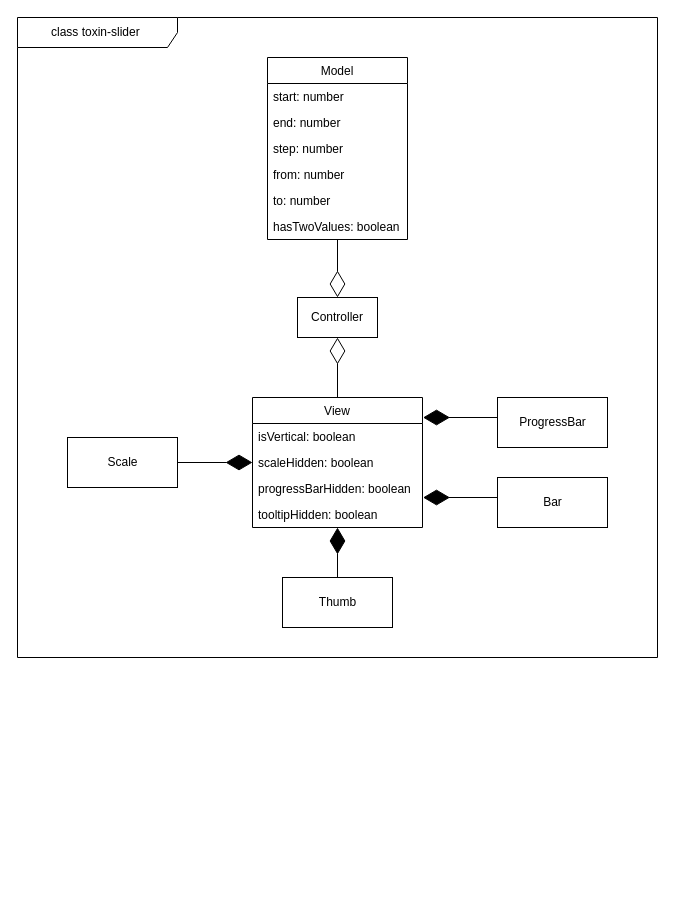
Above: toxin-slider.drawio in NikolayKaurov/toxin-slider (draw.io), before the change. Source tidied: cells renumbered, new cells numbered last; positions are measured from the earlier drawing's top-left corner, leaving out a move shared by most shapes. Both pictures are drawn from the tidied source at 100%, with x=0, y=0 at pixel (17, 17).
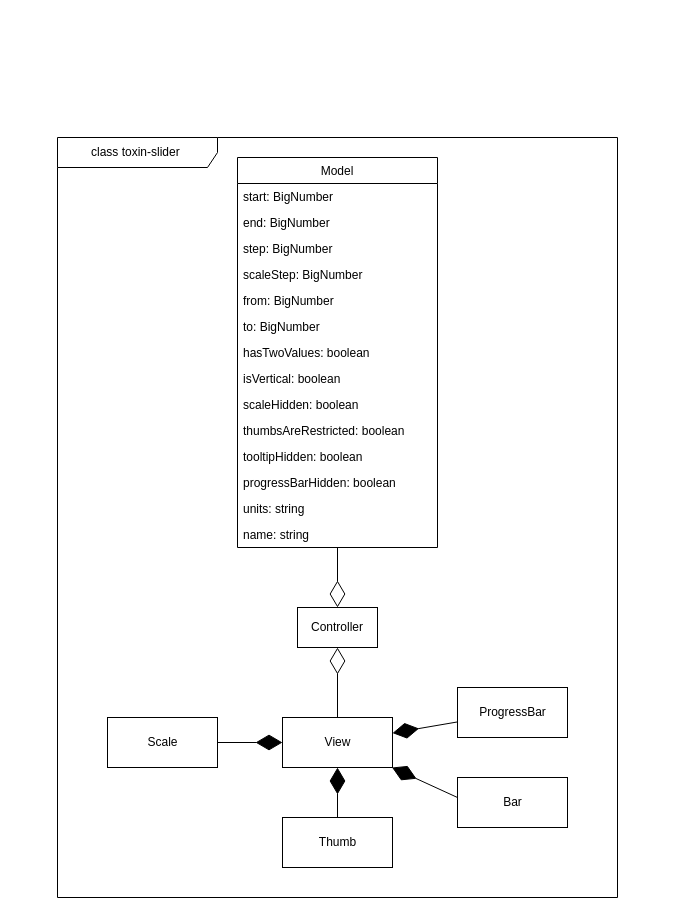
The same page after the edit.

The edit, as a diff of the source:
```diff
@@
     <mxCell id="2" value="Controller" style="rounded=0;whiteSpace=wrap;html=1;" parent="1" vertex="1">
-      <mxGeometry x="280" y="280" width="80" height="40" as="geometry" />
+      <mxGeometry x="280" y="590" width="80" height="40" as="geometry" />
     </mxCell>
     <mxCell id="3" value="Model" style="swimlane;fontStyle=0;horizontal=1;startSize=26;fillColor=none;" parent="1" vertex="1">
-      <mxGeometry x="250" y="40" width="140" height="182" as="geometry" />
+      <mxGeometry x="220" y="140" width="200" height="390" as="geometry" />
     </mxCell>
-    <mxCell id="4" value="start: number" style="text;strokeColor=none;fillColor=none;align=left;verticalAlign=top;spacingLeft=4;spacingRight=4;overflow=hidden;" parent="3" vertex="1">
-      <mxGeometry y="26" width="140" height="26" as="geometry" />
+    <mxCell id="4" value="start: BigNumber" style="text;strokeColor=none;fillColor=none;align=left;verticalAlign=top;spacingLeft=4;spacingRight=4;overflow=hidden;" parent="3" vertex="1">
+      <mxGeometry y="26" width="200" height="26" as="geometry" />
     </mxCell>
-    <mxCell id="5" value="end: number" style="text;strokeColor=none;fillColor=none;align=left;verticalAlign=top;spacingLeft=4;spacingRight=4;overflow=hidden;" parent="3" vertex="1">
-      <mxGeometry y="52" width="140" height="26" as="geometry" />
+    <mxCell id="5" value="end: BigNumber" style="text;strokeColor=none;fillColor=none;align=left;verticalAlign=top;spacingLeft=4;spacingRight=4;overflow=hidden;" parent="3" vertex="1">
+      <mxGeometry y="52" width="200" height="26" as="geometry" />
     </mxCell>
-    <mxCell id="6" value="step: number" style="text;strokeColor=none;fillColor=none;align=left;verticalAlign=top;spacingLeft=4;spacingRight=4;overflow=hidden;" parent="3" vertex="1">
-      <mxGeometry y="78" width="140" height="26" as="geometry" />
+    <mxCell id="6" value="step: BigNumber" style="text;strokeColor=none;fillColor=none;align=left;verticalAlign=top;spacingLeft=4;spacingRight=4;overflow=hidden;" parent="3" vertex="1">
+      <mxGeometry y="78" width="200" height="26" as="geometry" />
     </mxCell>
+    <mxCell id="26" value="scaleStep: BigNumber" style="text;strokeColor=none;fillColor=none;align=left;verticalAlign=top;spacingLeft=4;spacingRight=4;overflow=hidden;" parent="3" vertex="1">
+      <mxGeometry y="104" width="200" height="26" as="geometry" />
+    </mxCell>
-    <mxCell id="7" value="from: number" style="text;strokeColor=none;fillColor=none;align=left;verticalAlign=top;spacingLeft=4;spacingRight=4;overflow=hidden;" parent="3" vertex="1">
-      <mxGeometry y="104" width="140" height="26" as="geometry" />
+    <mxCell id="7" value="from: BigNumber" style="text;strokeColor=none;fillColor=none;align=left;verticalAlign=top;spacingLeft=4;spacingRight=4;overflow=hidden;" parent="3" vertex="1">
+      <mxGeometry y="130" width="200" height="26" as="geometry" />
     </mxCell>
-    <mxCell id="8" value="to: number" style="text;strokeColor=none;fillColor=none;align=left;verticalAlign=top;spacingLeft=4;spacingRight=4;overflow=hidden;" parent="3" vertex="1">
-      <mxGeometry y="130" width="140" height="26" as="geometry" />
+    <mxCell id="8" value="to: BigNumber" style="text;strokeColor=none;fillColor=none;align=left;verticalAlign=top;spacingLeft=4;spacingRight=4;overflow=hidden;" parent="3" vertex="1">
+      <mxGeometry y="156" width="200" height="26" as="geometry" />
     </mxCell>
     <mxCell id="9" value="hasTwoValues: boolean" style="text;strokeColor=none;fillColor=none;align=left;verticalAlign=top;spacingLeft=4;spacingRight=4;overflow=hidden;points=[[0,0.5],[1,0.5]];portConstraint=eastwest;" parent="3" vertex="1">
-      <mxGeometry y="156" width="140" height="26" as="geometry" />
+      <mxGeometry y="182" width="200" height="26" as="geometry" />
     </mxCell>
-    <mxCell id="10" value="View" style="swimlane;fontStyle=0;horizontal=1;startSize=26;fillColor=none;" parent="1" vertex="1">
-      <mxGeometry x="235" y="380" width="170" height="130" as="geometry" />
-    </mxCell>
-    <mxCell id="11" value="isVertical: boolean" style="text;strokeColor=none;fillColor=none;align=left;verticalAlign=top;spacingLeft=4;spacingRight=4;overflow=hidden;" parent="10" vertex="1">
-      <mxGeometry y="26" width="170" height="26" as="geometry" />
+    <mxCell id="11" value="isVertical: boolean" style="text;strokeColor=none;fillColor=none;align=left;verticalAlign=top;spacingLeft=4;spacingRight=4;overflow=hidden;" parent="3" vertex="1">
+      <mxGeometry y="208" width="200" height="26" as="geometry" />
     </mxCell>
-    <mxCell id="12" value="scaleHidden: boolean" style="text;strokeColor=none;fillColor=none;align=left;verticalAlign=top;spacingLeft=4;spacingRight=4;overflow=hidden;" parent="10" vertex="1">
-      <mxGeometry y="52" width="170" height="26" as="geometry" />
+    <mxCell id="12" value="scaleHidden: boolean" style="text;strokeColor=none;fillColor=none;align=left;verticalAlign=top;spacingLeft=4;spacingRight=4;overflow=hidden;" parent="3" vertex="1">
+      <mxGeometry y="234" width="200" height="26" as="geometry" />
     </mxCell>
+    <mxCell id="27" value="thumbsAreRestricted: boolean" style="text;strokeColor=none;fillColor=none;align=left;verticalAlign=top;spacingLeft=4;spacingRight=4;overflow=hidden;" parent="3" vertex="1">
+      <mxGeometry y="260" width="200" height="26" as="geometry" />
+    </mxCell>
+    <mxCell id="14" value="tooltipHidden: boolean" style="text;strokeColor=none;fillColor=none;align=left;verticalAlign=top;spacingLeft=4;spacingRight=4;overflow=hidden;" parent="3" vertex="1">
+      <mxGeometry y="286" width="200" height="26" as="geometry" />
+    </mxCell>
-    <mxCell id="13" value="progressBarHidden: boolean" style="text;strokeColor=none;fillColor=none;align=left;verticalAlign=top;spacingLeft=4;spacingRight=4;overflow=hidden;points=[[0,0.5],[1,0.5]];portConstraint=eastwest;" parent="10" vertex="1">
-      <mxGeometry y="78" width="170" height="26" as="geometry" />
+    <mxCell id="13" value="progressBarHidden: boolean" style="text;strokeColor=none;fillColor=none;align=left;verticalAlign=top;spacingLeft=4;spacingRight=4;overflow=hidden;points=[[0,0.5],[1,0.5]];portConstraint=eastwest;" parent="3" vertex="1">
+      <mxGeometry y="312" width="200" height="26" as="geometry" />
     </mxCell>
-    <mxCell id="14" value="tooltipHidden: boolean" style="text;strokeColor=none;fillColor=none;align=left;verticalAlign=top;spacingLeft=4;spacingRight=4;overflow=hidden;" parent="10" vertex="1">
-      <mxGeometry y="104" width="170" height="26" as="geometry" />
-    </mxCell>
-    <mxCell id="15" style="endArrow=diamondThin;endFill=0;endSize=24;html=1;rounded=0;" parent="1" edge="1" source="9" target="2">
-      <mxGeometry relative="1" as="geometry" />
-    </mxCell>
+    <mxCell id="28" value="units: string" style="text;strokeColor=none;fillColor=none;align=left;verticalAlign=top;spacingLeft=4;spacingRight=4;overflow=hidden;" parent="3" vertex="1">
+      <mxGeometry y="338" width="200" height="26" as="geometry" />
+    </mxCell>
+    <mxCell id="29" value="name: string" style="text;strokeColor=none;fillColor=none;align=left;verticalAlign=top;spacingLeft=4;spacingRight=4;overflow=hidden;" parent="3" vertex="1">
+      <mxGeometry y="364" width="200" height="26" as="geometry" />
+    </mxCell>
-    <mxCell id="16" style="endArrow=diamondThin;endFill=0;endSize=24;html=1;rounded=0;" parent="1" edge="1" source="10" target="2">
-      <mxGeometry relative="1" as="geometry" />
+    <mxCell id="16" style="endArrow=diamondThin;endFill=0;endSize=24;html=1;rounded=0;" parent="1" edge="1" target="2">
+      <mxGeometry relative="1" as="geometry">
+        <mxPoint x="320" y="700" as="sourcePoint" />
+      </mxGeometry>
     </mxCell>
     <mxCell id="17" value="Thumb" style="html=1;" parent="1" vertex="1">
-      <mxGeometry x="265" y="560" width="110" height="50" as="geometry" />
+      <mxGeometry x="265" y="800" width="110" height="50" as="geometry" />
     </mxCell>
@@
     <mxCell id="19" value="Scale" style="html=1;" parent="1" vertex="1">
-      <mxGeometry x="50" y="420" width="110" height="50" as="geometry" />
+      <mxGeometry x="90" y="700" width="110" height="50" as="geometry" />
     </mxCell>
@@
     <mxCell id="21" value="ProgressBar" style="html=1;" parent="1" vertex="1">
-      <mxGeometry x="480" y="380" width="110" height="50" as="geometry" />
+      <mxGeometry x="440" y="670" width="110" height="50" as="geometry" />
     </mxCell>
     <mxCell id="22" value="Bar" style="html=1;" parent="1" vertex="1">
-      <mxGeometry x="480" y="460" width="110" height="50" as="geometry" />
+      <mxGeometry x="440" y="760" width="110" height="50" as="geometry" />
     </mxCell>
-    <mxCell id="23" style="endArrow=diamondThin;endFill=1;endSize=24;html=1;rounded=0;exitX=0;exitY=0.4;exitDx=0;exitDy=0;exitPerimeter=0;entryX=1.003;entryY=0.847;entryDx=0;entryDy=0;entryPerimeter=0;" parent="1" edge="1" source="22" target="13">
+    <mxCell id="23" style="endArrow=diamondThin;endFill=1;endSize=24;html=1;rounded=0;exitX=0;exitY=0.4;exitDx=0;exitDy=0;exitPerimeter=0;" parent="1" edge="1" source="22" target="10">
       <mxGeometry relative="1" as="geometry" />
     </mxCell>
-    <mxCell id="24" style="endArrow=diamondThin;endFill=1;endSize=24;html=1;rounded=0;entryX=1.003;entryY=0.154;entryDx=0;entryDy=0;entryPerimeter=0;" parent="1" edge="1" target="10">
-      <mxGeometry relative="1" as="geometry">
-        <mxPoint x="480" y="400" as="sourcePoint" />
-      </mxGeometry>
+    <mxCell id="24" style="endArrow=diamondThin;endFill=1;endSize=24;html=1;rounded=0;" parent="1" edge="1" source="21" target="10">
+      <mxGeometry relative="1" as="geometry" />
     </mxCell>
     <mxCell id="25" value="class toxin-slider&amp;nbsp;" style="shape=umlFrame;whiteSpace=wrap;html=1;width=160;height=30;" parent="1" vertex="1">
-      <mxGeometry width="640" height="640" as="geometry" />
+      <mxGeometry x="40" y="120" width="560" height="760" as="geometry" />
     </mxCell>
+    <mxCell id="10" value="View" style="html=1;" parent="1" vertex="1">
+      <mxGeometry x="265" y="700" width="110" height="50" as="geometry" />
+    </mxCell>
+    <mxCell id="30" style="endArrow=diamondThin;endFill=0;endSize=24;html=1;rounded=0;" parent="1" edge="1" source="3" target="2">
+      <mxGeometry relative="1" as="geometry" />
+    </mxCell>
```
